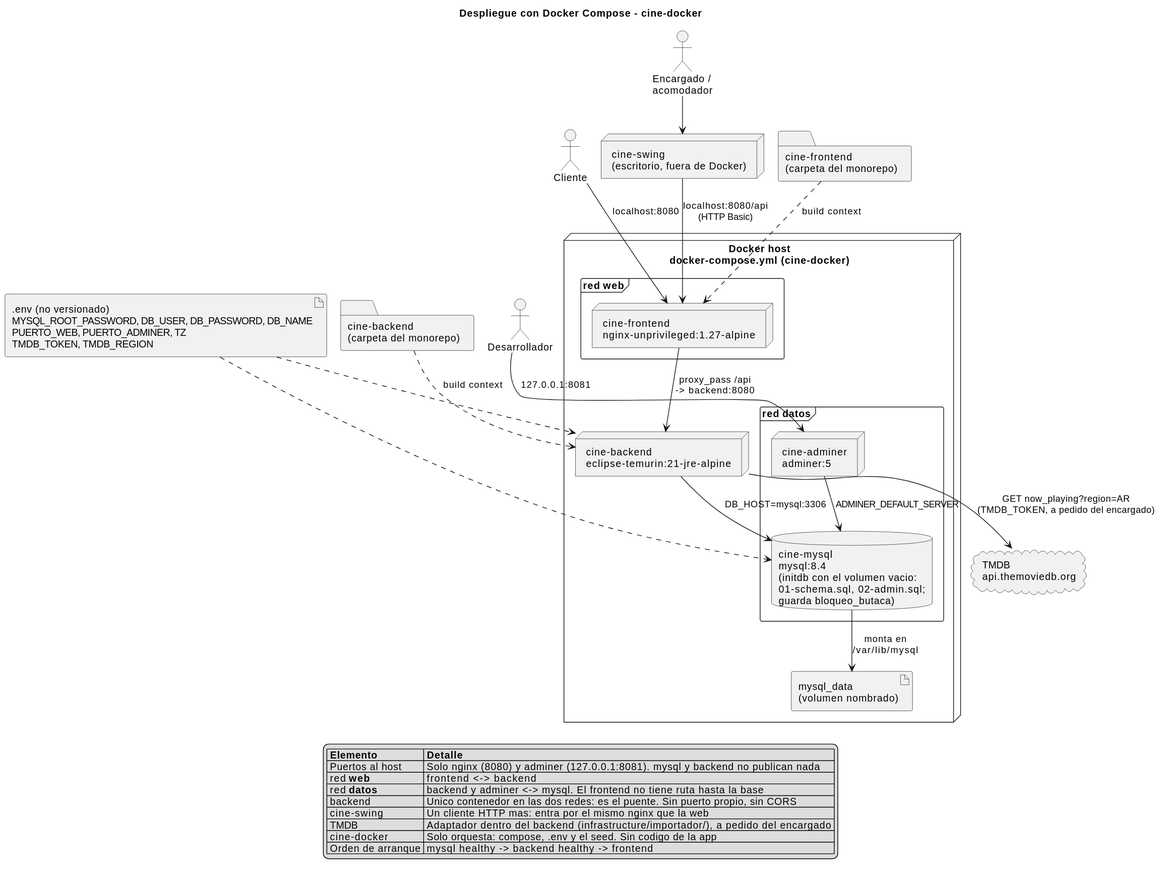
Before: _other/docs/diagramas/docker-despliegue.svg, a diagram exported from PlantUML (andreiveisuade/cine-uade).
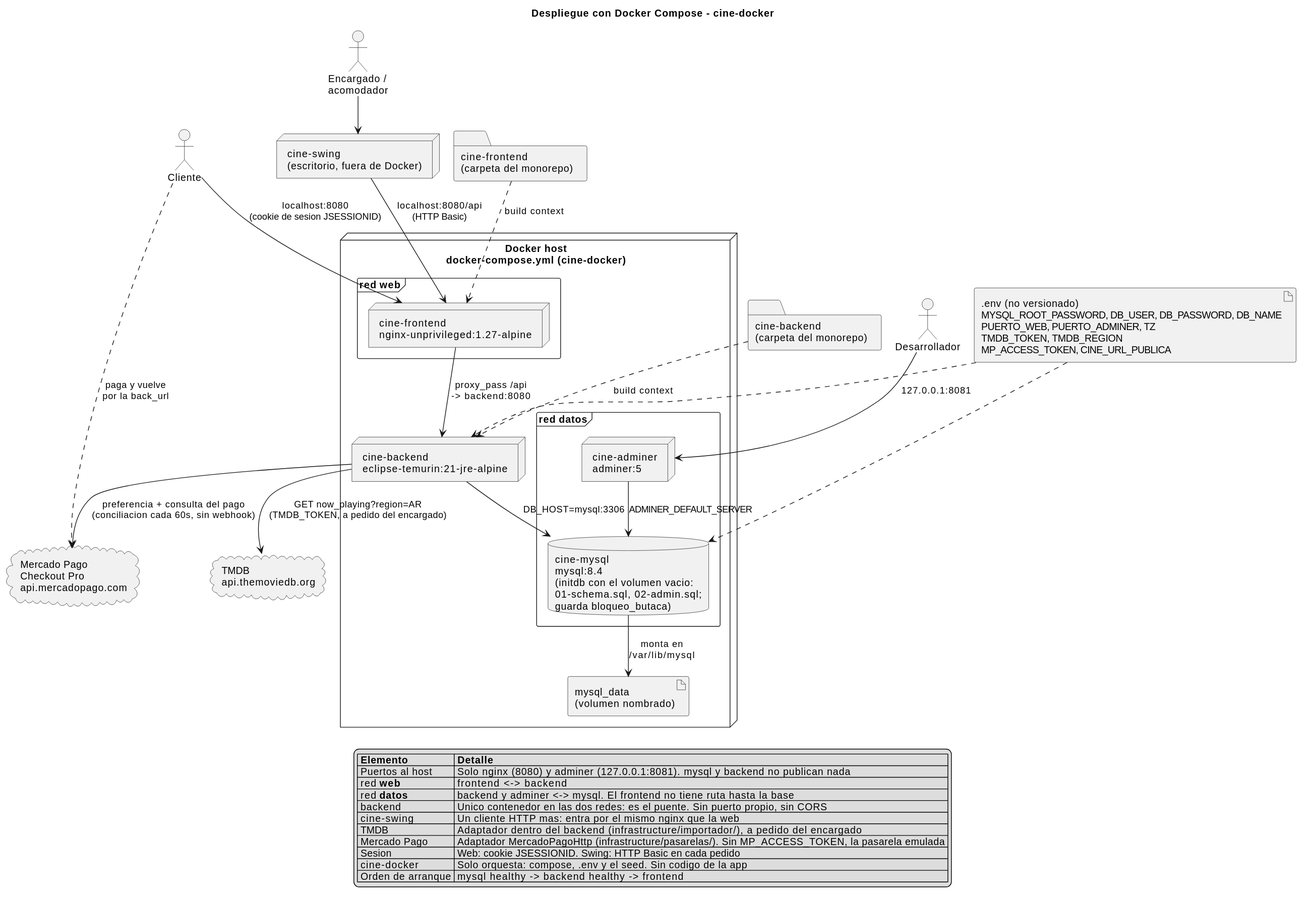
The same file after the commit.

Commit message:
docs(diagramas): mercado pago y sesion web en el despliegue

The edit, as a diff of the source:
```diff
@@ -26,20 +26,23 @@
   artifact "mysql_data\n(volumen nombrado)" as vol
 }
 
-artifact ".env (no versionado)\nMYSQL_ROOT_PASSWORD, DB_USER, DB_PASSWORD, DB_NAME\nPUERTO_WEB, PUERTO_ADMINER, TZ\nTMDB_TOKEN, TMDB_REGION" as env
+artifact ".env (no versionado)\nMYSQL_ROOT_PASSWORD, DB_USER, DB_PASSWORD, DB_NAME\nPUERTO_WEB, PUERTO_ADMINER, TZ\nTMDB_TOKEN, TMDB_REGION\nMP_ACCESS_TOKEN, CINE_URL_PUBLICA" as env
 
 actor "Desarrollador" as dev
 cloud "TMDB\napi.themoviedb.org" as tmdb
+cloud "Mercado Pago\nCheckout Pro\napi.mercadopago.com" as mp
 
 repoFrontend .down.> frontend : build context
 repoBackend .down.> backend : build context
 
-usuario --> frontend : "localhost:8080"
+usuario --> frontend : "localhost:8080\n(cookie de sesion JSESSIONID)"
 encargado --> swing
 swing --> frontend : "localhost:8080/api\n(HTTP Basic)"
 dev --> adminer : "127.0.0.1:8081"
 
 frontend --> backend : proxy_pass /api\n-> backend:8080
+backend --> mp : preferencia + consulta del pago\n(conciliacion cada 60s, sin webhook)
+usuario ..> mp : paga y vuelve\npor la back_url
 backend --> tmdb : GET now_playing?region=AR\n(TMDB_TOKEN, a pedido del encargado)
 backend --> mysql : DB_HOST=mysql:3306
 adminer --> mysql : ADMINER_DEFAULT_SERVER
@@ -53,6 +56,8 @@
   | backend | Unico contenedor en las dos redes: es el puente. Sin puerto propio, sin CORS |
   | cine-swing | Un cliente HTTP mas: entra por el mismo nginx que la web |
   | TMDB | Adaptador dentro del backend (infrastructure/importador/), a pedido del encargado |
+  | Mercado Pago | Adaptador MercadoPagoHttp (infrastructure/pasarelas/). Sin MP_ACCESS_TOKEN, la pasarela emulada |
+  | Sesion | Web: cookie JSESSIONID. Swing: HTTP Basic en cada pedido |
   | cine-docker | Solo orquesta: compose, .env y el seed. Sin codigo de la app |
   | Orden de arranque | mysql healthy -> backend healthy -> frontend |
 endlegend
```
